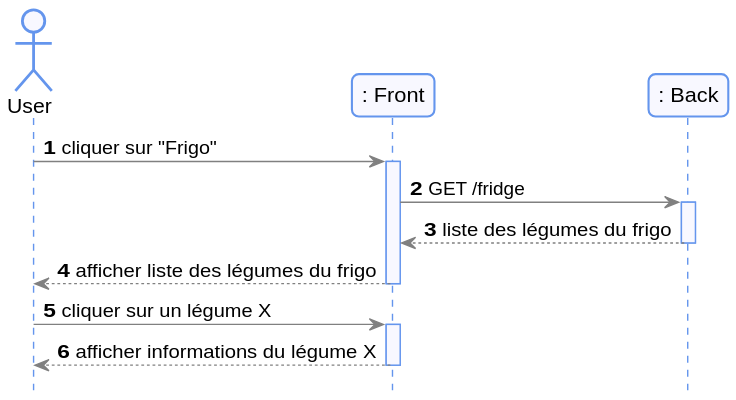
Earlier version of the PlantUML export docs/diagram/out/getFridgeSystem.svg (romainvacheret/wadge-backend).
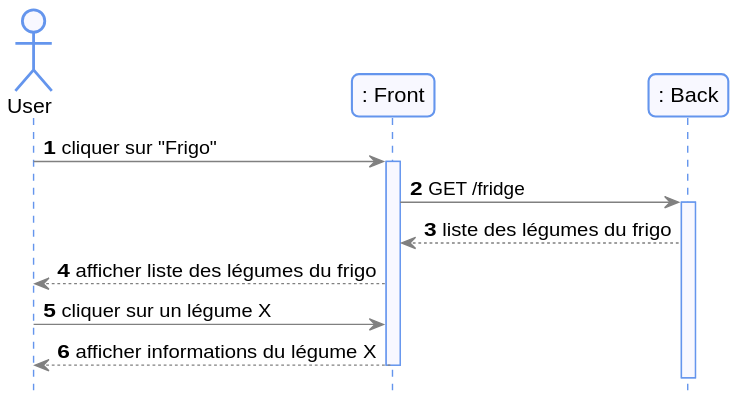
Above is the later version.

Change to the diagram source:
```diff
@@ -12,12 +12,8 @@
     frontend -> backend: GET /fridge
     activate backend
     backend --> frontend: liste des légumes du frigo
-    deactivate backend
     User <-- frontend: afficher liste des légumes du frigo
-    deactivate frontend
-
     User -> frontend: cliquer sur un légume X
-    activate frontend
     User <-- frontend: afficher informations du légume X
     deactivate frontend
 
```
